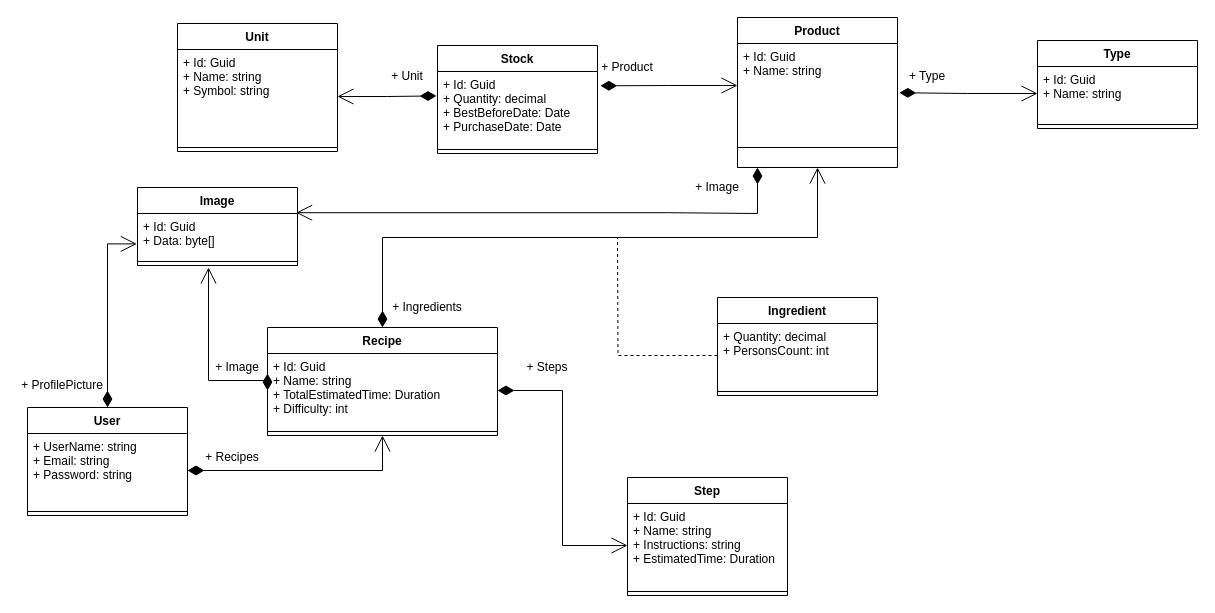
Earlier version of the draw.io diagram datamodel-fork-eat.drawio (ForkEat/docs). Source tidied: cells renumbered, new cells numbered last; positions are measured from the earlier drawing's top-left corner, leaving out a move shared by most shapes. Both pictures are drawn from the tidied source at 100%, with x=0, y=0 at pixel (17, 17).
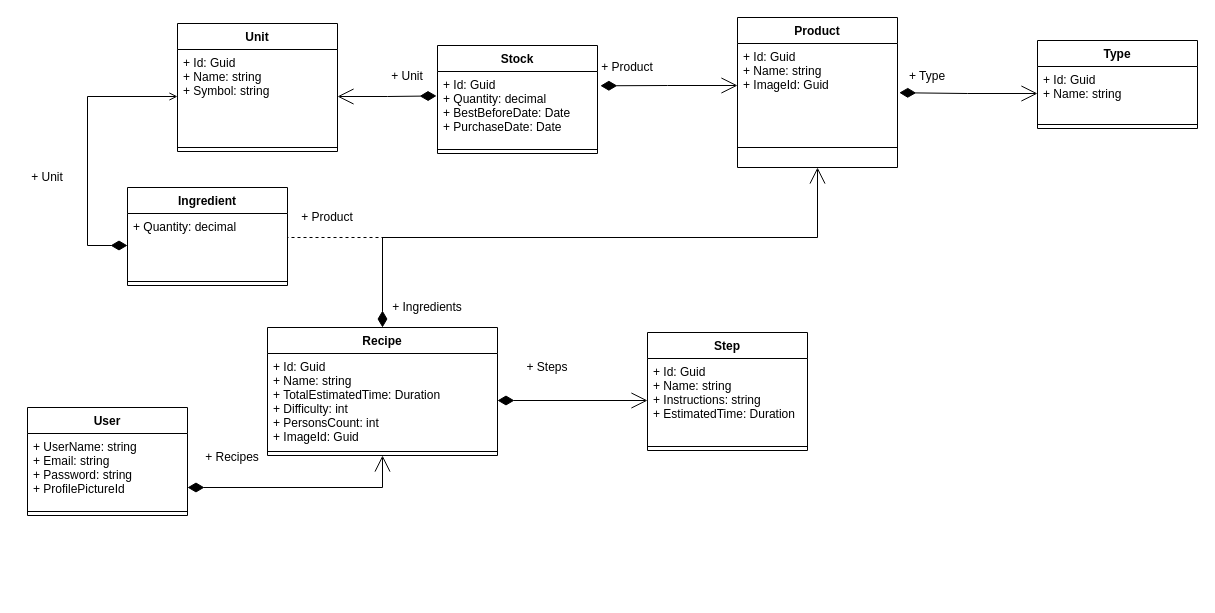
The same page after the edit.

Commit message (it also covers changes not shown here):
update data model

Unchanged cells that the change refers to:
```xml
<mxCell id="3" value="Product" style="swimlane;fontStyle=1;align=center;verticalAlign=top;horizontal=1;startSize=26;" parent="1" vertex="1">
  <mxGeometry x="720" width="160" height="150" as="geometry" />
</mxCell>
<mxCell id="11" value="+ Id: Guid&#10;+ Name: string&#10;+ Symbol: string" style="text;strokeColor=none;fillColor=none;align=left;verticalAlign=top;spacingLeft=4;spacingRight=4;overflow=hidden;points=[[0,0.5],[1,0.5]];portConstraint=eastwest;" parent="10" vertex="1">
  <mxGeometry y="26" width="160" height="94" as="geometry" />
</mxCell>
<mxCell id="26" value="User" style="swimlane;fontStyle=1;align=center;verticalAlign=top;horizontal=1;startSize=26;" parent="1" vertex="1">
  <mxGeometry x="10" y="390" width="160" height="108" as="geometry" />
</mxCell>
```

Diff of the diagram source:
```diff
@@
-    <mxCell id="4" value="+ Id: Guid&#10;+ Name: string&#10;" style="text;strokeColor=none;fillColor=none;align=left;verticalAlign=top;spacingLeft=4;spacingRight=4;overflow=hidden;points=[[0,0.5],[1,0.5]];portConstraint=eastwest;" parent="3" vertex="1">
+    <mxCell id="4" value="+ Id: Guid&#10;+ Name: string&#10;+ ImageId: Guid" style="text;strokeColor=none;fillColor=none;align=left;verticalAlign=top;spacingLeft=4;spacingRight=4;overflow=hidden;points=[[0,0.5],[1,0.5]];portConstraint=eastwest;" parent="3" vertex="1">
       <mxGeometry y="26" width="160" height="84" as="geometry" />
     </mxCell>
@@
     <mxCell id="14" style="edgeStyle=orthogonalEdgeStyle;rounded=0;jettySize=auto;html=1;exitX=0.5;exitY=1;exitDx=0;exitDy=0;startArrow=open;startFill=0;endArrow=diamondThin;endFill=1;startSize=14;endSize=14;strokeWidth=1;" parent="1" edge="1" source="15" target="27">
-      <mxGeometry relative="1" as="geometry" />
+      <mxGeometry relative="1" as="geometry">
+        <Array as="points">
+          <mxPoint x="365" y="470" />
+        </Array>
+      </mxGeometry>
     </mxCell>
     <mxCell id="15" value="Recipe" style="swimlane;fontStyle=1;align=center;verticalAlign=top;horizontal=1;startSize=26;" parent="1" vertex="1">
-      <mxGeometry x="250" y="310" width="230" height="108" as="geometry" />
+      <mxGeometry x="250" y="310" width="230" height="128" as="geometry" />
     </mxCell>
-    <mxCell id="16" value="+ Id: Guid&#10;+ Name: string&#10;+ TotalEstimatedTime: Duration&#10;+ Difficulty: int" style="text;strokeColor=none;fillColor=none;align=left;verticalAlign=top;spacingLeft=4;spacingRight=4;overflow=hidden;points=[[0,0.5],[1,0.5]];portConstraint=eastwest;" parent="15" vertex="1">
-      <mxGeometry y="26" width="230" height="74" as="geometry" />
+    <mxCell id="16" value="+ Id: Guid&#10;+ Name: string&#10;+ TotalEstimatedTime: Duration&#10;+ Difficulty: int&#10;+ PersonsCount: int&#10;+ ImageId: Guid" style="text;strokeColor=none;fillColor=none;align=left;verticalAlign=top;spacingLeft=4;spacingRight=4;overflow=hidden;points=[[0,0.5],[1,0.5]];portConstraint=eastwest;" parent="15" vertex="1">
+      <mxGeometry y="26" width="230" height="94" as="geometry" />
     </mxCell>
     <mxCell id="17" style="line;strokeWidth=1;fillColor=none;align=left;verticalAlign=middle;spacingTop=-1;spacingLeft=3;spacingRight=3;labelPosition=right;" parent="15" vertex="1">
-      <mxGeometry y="100" width="230" height="8" as="geometry" />
+      <mxGeometry y="120" width="230" height="8" as="geometry" />
     </mxCell>
     <mxCell id="18" value="Step" style="swimlane;fontStyle=1;align=center;verticalAlign=top;horizontal=1;startSize=26;" parent="1" vertex="1">
-      <mxGeometry x="610" y="460" width="160" height="118" as="geometry" />
+      <mxGeometry x="630" y="315" width="160" height="118" as="geometry" />
     </mxCell>
@@
+    <mxCell id="48" style="edgeStyle=orthogonalEdgeStyle;rounded=0;jettySize=auto;html=1;entryX=0;entryY=0.5;entryDx=0;entryDy=0;endArrow=open;endFill=0;startArrow=diamondThin;startFill=1;strokeWidth=1;endSize=6;startSize=14;exitX=0;exitY=0.5;exitDx=0;exitDy=0;" parent="1" edge="1" source="23" target="11">
+      <mxGeometry relative="1" as="geometry">
+        <Array as="points">
+          <mxPoint x="70" y="228" />
+          <mxPoint x="70" y="79" />
+        </Array>
+      </mxGeometry>
+    </mxCell>
     <mxCell id="22" value="Ingredient" style="swimlane;fontStyle=1;align=center;verticalAlign=top;horizontal=1;startSize=26;" parent="1" vertex="1">
-      <mxGeometry x="700" y="280" width="160" height="98" as="geometry" />
+      <mxGeometry x="110" y="170" width="160" height="98" as="geometry" />
     </mxCell>
-    <mxCell id="23" value="+ Quantity: decimal&#10;+ PersonsCount: int" style="text;strokeColor=none;fillColor=none;align=left;verticalAlign=top;spacingLeft=4;spacingRight=4;overflow=hidden;points=[[0,0.5],[1,0.5]];portConstraint=eastwest;" parent="22" vertex="1">
+    <mxCell id="23" value="+ Quantity: decimal&#10;" style="text;strokeColor=none;fillColor=none;align=left;verticalAlign=top;spacingLeft=4;spacingRight=4;overflow=hidden;points=[[0,0.5],[1,0.5]];portConstraint=eastwest;" parent="22" vertex="1">
       <mxGeometry y="26" width="160" height="64" as="geometry" />
     </mxCell>
@@
-    <mxCell id="25" style="edgeStyle=orthogonalEdgeStyle;rounded=0;jettySize=auto;html=1;exitX=0;exitY=0.5;exitDx=0;exitDy=0;endArrow=none;endFill=0;startSize=14;endSize=14;strokeWidth=1;dashed=1;" parent="1" edge="1" source="23">
-      <mxGeometry relative="1" as="geometry">
-        <mxPoint x="600" y="220" as="targetPoint" />
-      </mxGeometry>
-    </mxCell>
@@
-    <mxCell id="27" value="+ UserName: string&#10;+ Email: string&#10;+ Password: string" style="text;strokeColor=none;fillColor=none;align=left;verticalAlign=top;spacingLeft=4;spacingRight=4;overflow=hidden;points=[[0,0.5],[1,0.5]];portConstraint=eastwest;" parent="26" vertex="1">
+    <mxCell id="27" value="+ UserName: string&#10;+ Email: string&#10;+ Password: string&#10;+ ProfilePictureId" style="text;strokeColor=none;fillColor=none;align=left;verticalAlign=top;spacingLeft=4;spacingRight=4;overflow=hidden;points=[[0,0.5],[1,0.5]];portConstraint=eastwest;" parent="26" vertex="1">
       <mxGeometry y="26" width="160" height="74" as="geometry" />
     </mxCell>
@@
-    <mxCell id="38" value="Image" style="swimlane;fontStyle=1;align=center;verticalAlign=top;horizontal=1;startSize=26;" parent="1" vertex="1">
-      <mxGeometry x="120" y="170" width="160" height="78" as="geometry" />
-    </mxCell>
-    <mxCell id="39" value="+ Id: Guid&#10;+ Data: byte[]" style="text;strokeColor=none;fillColor=none;align=left;verticalAlign=top;spacingLeft=4;spacingRight=4;overflow=hidden;points=[[0,0.5],[1,0.5]];portConstraint=eastwest;" parent="38" vertex="1">
-      <mxGeometry y="26" width="160" height="44" as="geometry" />
-    </mxCell>
-    <mxCell id="40" style="line;strokeWidth=1;fillColor=none;align=left;verticalAlign=middle;spacingTop=-1;spacingLeft=3;spacingRight=3;labelPosition=right;" parent="38" vertex="1">
-      <mxGeometry y="70" width="160" height="8" as="geometry" />
-    </mxCell>
-    <mxCell id="41" style="edgeStyle=orthogonalEdgeStyle;rounded=0;jettySize=auto;html=1;startArrow=open;startFill=0;endArrow=diamondThin;endFill=1;startSize=14;endSize=14;strokeWidth=1;exitX=0.991;exitY=-0.018;exitDx=0;exitDy=0;exitPerimeter=0;" parent="1" edge="1" source="39">
-      <mxGeometry relative="1" as="geometry">
-        <mxPoint x="740" y="150" as="targetPoint" />
-        <Array as="points">
-          <mxPoint x="650" y="195" />
-          <mxPoint x="710" y="196" />
-        </Array>
-      </mxGeometry>
-    </mxCell>
-    <mxCell id="42" value="+ Image" style="text;html=1;strokeColor=none;fillColor=none;align=center;verticalAlign=middle;whiteSpace=wrap;rounded=0;" parent="1" vertex="1">
-      <mxGeometry x="670" y="160" width="60" height="20" as="geometry" />
-    </mxCell>
-    <mxCell id="43" style="edgeStyle=orthogonalEdgeStyle;rounded=0;jettySize=auto;html=1;startArrow=open;startFill=0;endArrow=diamondThin;endFill=1;startSize=14;endSize=14;strokeWidth=1;entryX=0;entryY=0.5;entryDx=0;entryDy=0;" parent="1" edge="1" target="16">
-      <mxGeometry relative="1" as="geometry">
-        <mxPoint x="191" y="250" as="sourcePoint" />
-        <Array as="points">
-          <mxPoint x="191" y="363" />
-        </Array>
-      </mxGeometry>
-    </mxCell>
-    <mxCell id="44" value="+ Image" style="text;html=1;strokeColor=none;fillColor=none;align=center;verticalAlign=middle;whiteSpace=wrap;rounded=0;" parent="1" vertex="1">
-      <mxGeometry x="190" y="340" width="60" height="20" as="geometry" />
-    </mxCell>
-    <mxCell id="45" style="edgeStyle=orthogonalEdgeStyle;rounded=0;jettySize=auto;html=1;startArrow=open;startFill=0;endArrow=diamondThin;endFill=1;startSize=14;endSize=14;strokeWidth=1;exitX=-0.004;exitY=0.691;exitDx=0;exitDy=0;exitPerimeter=0;" parent="1" edge="1" source="39">
-      <mxGeometry relative="1" as="geometry">
-        <mxPoint x="90" y="390" as="targetPoint" />
-        <Array as="points">
-          <mxPoint x="90" y="226" />
-        </Array>
-      </mxGeometry>
-    </mxCell>
-    <mxCell id="46" value="+ ProfilePicture" style="text;html=1;strokeColor=none;fillColor=none;align=center;verticalAlign=middle;whiteSpace=wrap;rounded=0;" parent="1" vertex="1">
-      <mxGeometry y="358" width="90" height="20" as="geometry" />
-    </mxCell>
@@
+    <mxCell id="49" style="edgeStyle=orthogonalEdgeStyle;rounded=0;jettySize=auto;html=1;exitX=1;exitY=0.5;exitDx=0;exitDy=0;startArrow=none;startFill=0;endArrow=none;endFill=0;startSize=14;endSize=6;strokeWidth=1;dashed=1;" parent="1" edge="1" source="23">
+      <mxGeometry relative="1" as="geometry">
+        <mxPoint x="400" y="220" as="targetPoint" />
+        <Array as="points">
+          <mxPoint x="270" y="220" />
+        </Array>
+      </mxGeometry>
+    </mxCell>
+    <mxCell id="50" value="+ Product" style="text;html=1;strokeColor=none;fillColor=none;align=center;verticalAlign=middle;whiteSpace=wrap;rounded=0;" parent="1" vertex="1">
+      <mxGeometry x="280" y="190" width="60" height="20" as="geometry" />
+    </mxCell>
+    <mxCell id="51" value="+ Unit" style="text;html=1;strokeColor=none;fillColor=none;align=center;verticalAlign=middle;whiteSpace=wrap;rounded=0;" parent="1" vertex="1">
+      <mxGeometry y="150" width="60" height="20" as="geometry" />
+    </mxCell>
```
